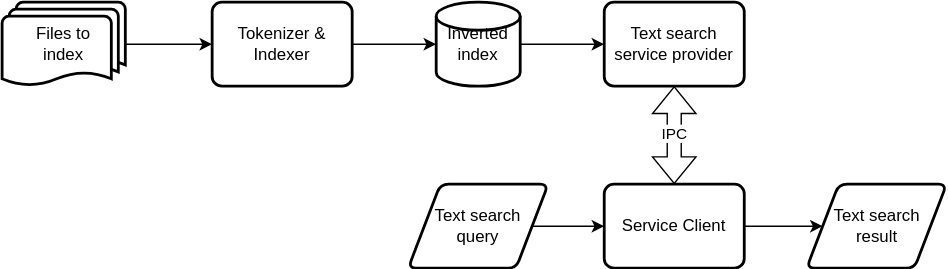
Before: model/main.svg, a diagram exported from draw.io (TehpphoENIX/KPI7_PC_CW). Source tidied: cells renumbered, new cells last; positions are measured from the earlier drawing's top-left corner, leaving out a move shared by most shapes.
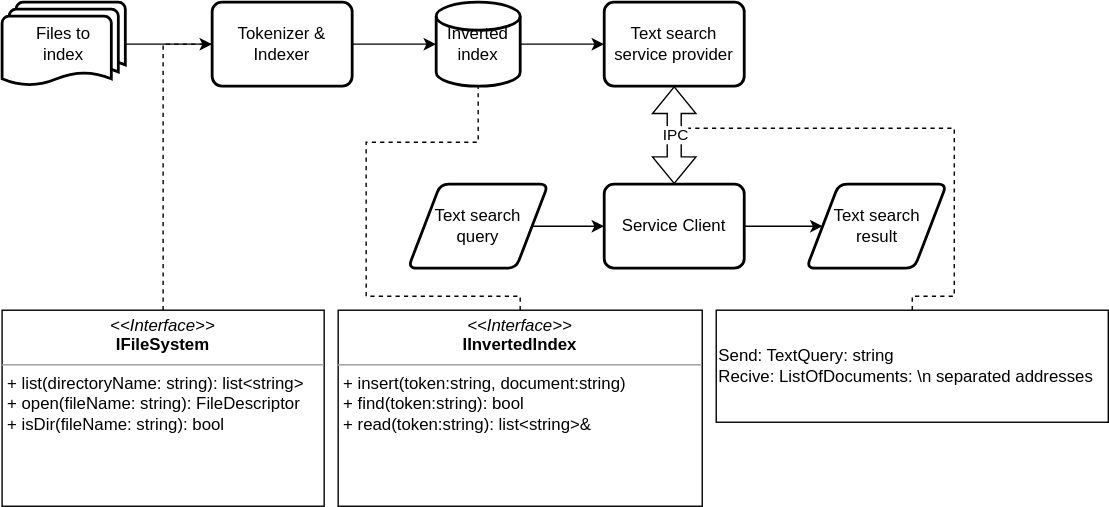
Later version of the same file.

Commit message:
Added interfaces specification to main.svg

Change to the diagram source:
```diff
@@ -44,5 +44,37 @@
     <mxCell id="15" value="Text search &lt;br&gt;result" style="shape=parallelogram;html=1;strokeWidth=2;perimeter=parallelogramPerimeter;whiteSpace=wrap;rounded=1;arcSize=12;size=0.23;" parent="1" vertex="1">
       <mxGeometry x="574.5" y="130" width="100" height="60" as="geometry" />
     </mxCell>
+    <mxCell id="16" style="endArrow=none;dashed=1;html=1;rounded=0;exitX=0.5;exitY=0;exitDx=0;exitDy=0;edgeStyle=orthogonalEdgeStyle;entryX=0;entryY=0.5;entryDx=0;entryDy=0;" parent="1" edge="1" source="17" target="5">
+      <mxGeometry relative="1" as="geometry" />
+    </mxCell>
+    <mxCell id="17" value="&lt;p style=&quot;margin:0px;margin-top:4px;text-align:center;&quot;&gt;&lt;i&gt;&amp;lt;&amp;lt;Interface&amp;gt;&amp;gt;&lt;/i&gt;&lt;br&gt;&lt;b&gt;IFileSystem&lt;/b&gt;&lt;/p&gt;&lt;hr size=&quot;1&quot;&gt;&lt;p style=&quot;margin:0px;margin-left:4px;&quot;&gt;&lt;span style=&quot;background-color: initial;&quot;&gt;+ list(directoryName: string): list&amp;lt;string&amp;gt;&lt;/span&gt;&lt;br&gt;&lt;/p&gt;&lt;p style=&quot;margin:0px;margin-left:4px;&quot;&gt;+ open(fileName: string): FileDescriptor&lt;/p&gt;&lt;p style=&quot;margin:0px;margin-left:4px;&quot;&gt;+ isDir(fileName: string): bool&lt;/p&gt;" style="verticalAlign=top;align=left;overflow=fill;fontSize=12;fontFamily=Helvetica;html=1;whiteSpace=wrap;" parent="1" vertex="1">
+      <mxGeometry y="220" width="230" height="140" as="geometry" />
+    </mxCell>
+    <mxCell id="18" value="&lt;p style=&quot;margin:0px;margin-top:4px;text-align:center;&quot;&gt;&lt;i&gt;&amp;lt;&amp;lt;Interface&amp;gt;&amp;gt;&lt;/i&gt;&lt;br&gt;&lt;b&gt;IInvertedIndex&lt;/b&gt;&lt;/p&gt;&lt;hr size=&quot;1&quot;&gt;&lt;p style=&quot;margin:0px;margin-left:4px;&quot;&gt;&lt;span style=&quot;background-color: initial;&quot;&gt;+ insert(token:string, document:string)&lt;/span&gt;&lt;/p&gt;&lt;p style=&quot;margin:0px;margin-left:4px;&quot;&gt;&lt;span style=&quot;background-color: initial;&quot;&gt;+ find(token:string): bool&lt;/span&gt;&lt;/p&gt;&lt;p style=&quot;margin:0px;margin-left:4px;&quot;&gt;&lt;span style=&quot;background-color: initial;&quot;&gt;+ read(token:string): list&amp;lt;string&amp;gt;&amp;amp;&lt;/span&gt;&lt;/p&gt;" style="verticalAlign=top;align=left;overflow=fill;fontSize=12;fontFamily=Helvetica;html=1;whiteSpace=wrap;" parent="1" vertex="1">
+      <mxGeometry x="240" y="220" width="260" height="140" as="geometry" />
+    </mxCell>
+    <mxCell id="19" style="endArrow=none;dashed=1;html=1;rounded=0;exitX=0.5;exitY=0;exitDx=0;exitDy=0;edgeStyle=orthogonalEdgeStyle;entryX=0.5;entryY=1;entryDx=0;entryDy=0;entryPerimeter=0;" parent="1" edge="1" source="18" target="7">
+      <mxGeometry relative="1" as="geometry">
+        <Array as="points">
+          <mxPoint x="370" y="210" />
+          <mxPoint x="260" y="210" />
+          <mxPoint x="260" y="100" />
+          <mxPoint x="340" y="100" />
+        </Array>
+      </mxGeometry>
+    </mxCell>
+    <mxCell id="20" value="Send: TextQuery: string&lt;br&gt;Recive: ListOfDocuments: \n separated addresses&amp;nbsp;" style="rounded=0;whiteSpace=wrap;html=1;align=left;" parent="1" vertex="1">
+      <mxGeometry x="510" y="220" width="280" height="80" as="geometry" />
+    </mxCell>
+    <mxCell id="21" style="endArrow=none;dashed=1;html=1;rounded=0;exitX=0.5;exitY=0;exitDx=0;exitDy=0;edgeStyle=orthogonalEdgeStyle;" parent="1" edge="1" source="20">
+      <mxGeometry relative="1" as="geometry">
+        <mxPoint x="490" y="90" as="targetPoint" />
+        <Array as="points">
+          <mxPoint x="650" y="210" />
+          <mxPoint x="680" y="210" />
+          <mxPoint x="680" y="90" />
+        </Array>
+      </mxGeometry>
+    </mxCell>
   </root>
 </mxGraphModel>
```
